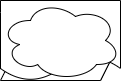
Earlier version of the draw.io export diagrams/diagramme-classe.drawio.png (HananeOubaha/Maroc-Explore-2). Source tidied: cells renumbered, new cells last; positions are measured from the earlier drawing's top-left corner, leaving out a move shared by most shapes.
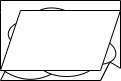
After the commit.

The edit, as a diff of the source:
```diff
@@ -14,5 +14,8 @@
     <mxCell id="5" style="ellipse;shape=cloud;whiteSpace=wrap;html=1;" parent="1" vertex="1">
       <mxGeometry width="120" height="80" as="geometry" />
     </mxCell>
+    <mxCell id="6" style="shape=parallelogram;perimeter=parallelogramPerimeter;whiteSpace=wrap;html=1;fixedSize=1;" parent="1" vertex="1">
+      <mxGeometry y="10" width="120" height="60" as="geometry" />
+    </mxCell>
   </root>
 </mxGraphModel>
```
